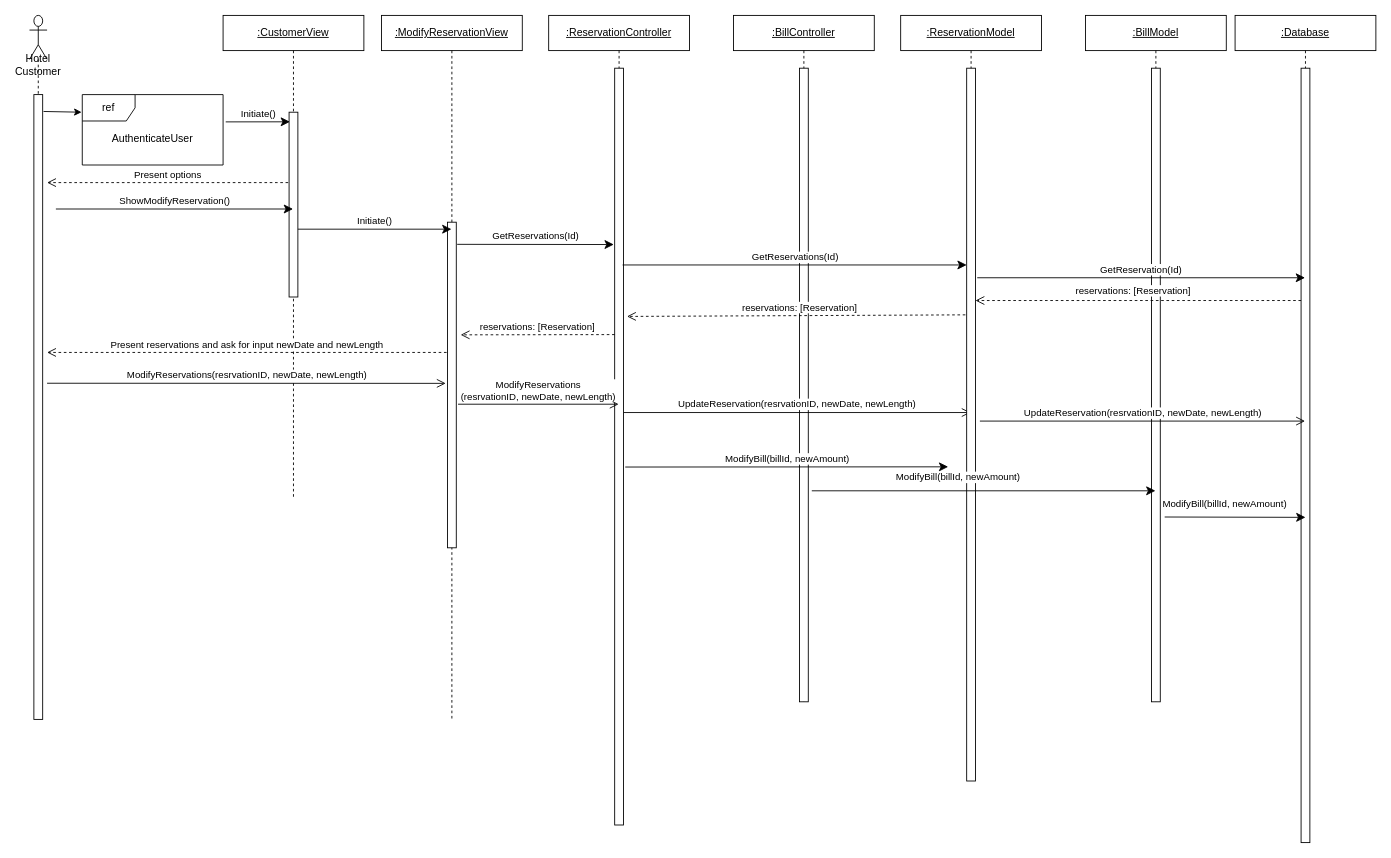
Above: Diagrams/Sequence/CustomerModifyReservation.drawio in mclhtay/CS4471 (draw.io), before the change. Source tidied: cells renumbered, new cells numbered last; positions are measured from the earlier drawing's top-left corner, leaving out a move shared by most shapes. Both pictures are drawn from the tidied source at 88%, with x=0, y=0 at pixel (29, 15).
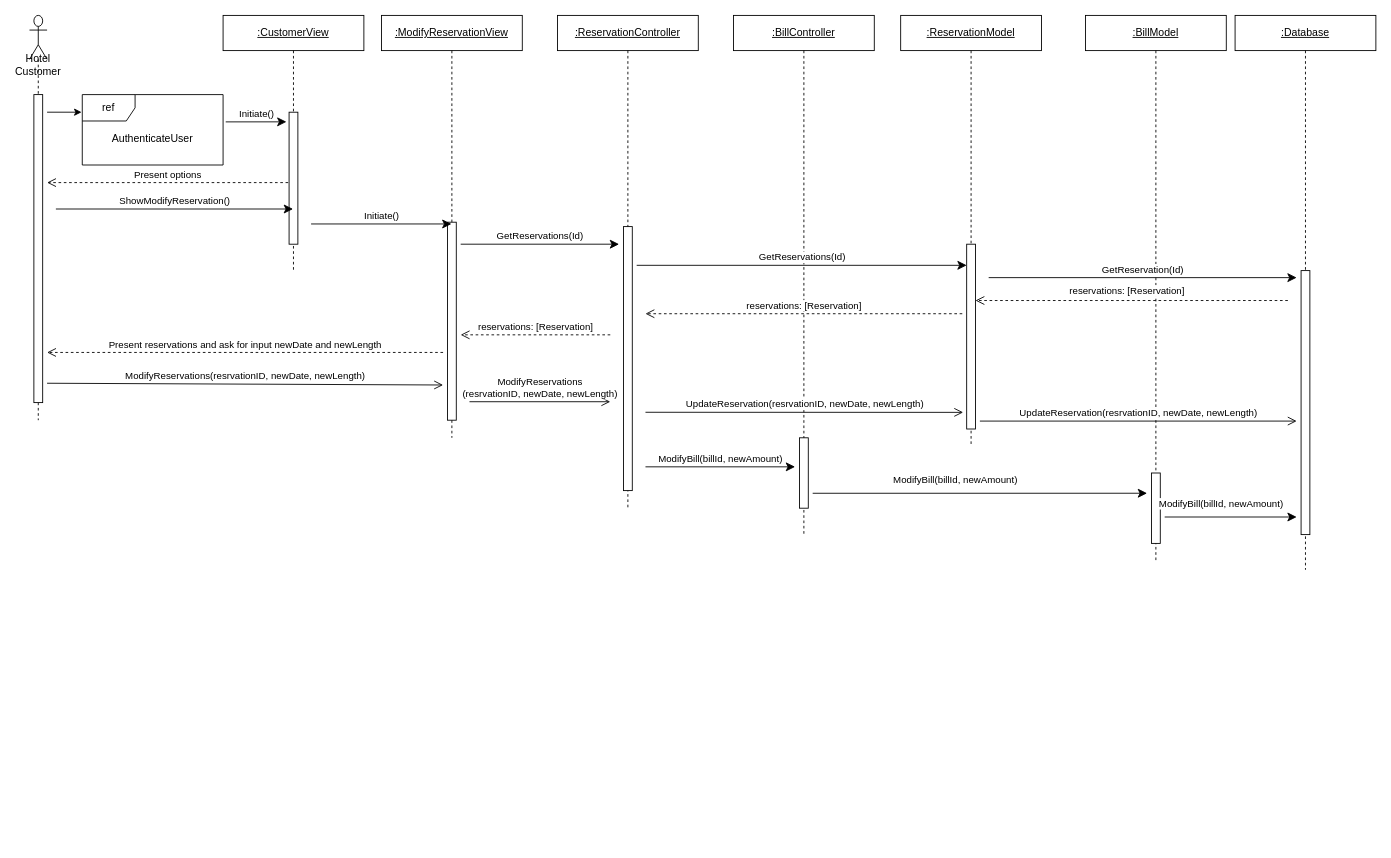
The same page after the edit.

The change refers to these unchanged cells:
```xml
<mxCell id="30" value="ref" style="shape=umlFrame;whiteSpace=wrap;html=1;" parent="1" vertex="1">
  <mxGeometry x="60" y="90" width="160" height="80" as="geometry" />
</mxCell>
```

The edit, as a diff of the source:
```diff
@@
     <mxCell id="2" value="Hotel Customer" style="shape=umlLifeline;participant=umlActor;perimeter=lifelinePerimeter;whiteSpace=wrap;html=1;verticalAlign=top;spacingTop=36;size=50;" parent="1" vertex="1">
-      <mxGeometry width="20" height="800" as="geometry" />
+      <mxGeometry width="20" height="460" as="geometry" />
     </mxCell>
     <mxCell id="3" style="html=1;points=[];perimeter=orthogonalPerimeter;" parent="2" vertex="1">
-      <mxGeometry x="5" y="90" width="10" height="710" as="geometry" />
+      <mxGeometry x="5" y="90" width="10" height="350" as="geometry" />
     </mxCell>
     <mxCell id="4" value="&lt;u&gt;:ModifyReservationView&lt;/u&gt;" style="shape=umlLifeline;perimeter=lifelinePerimeter;whiteSpace=wrap;html=1;outlineConnect=0;" parent="1" vertex="1">
-      <mxGeometry x="400" width="160" height="800" as="geometry" />
+      <mxGeometry x="400" width="160" height="480" as="geometry" />
     </mxCell>
     <mxCell id="5" style="html=1;points=[];perimeter=orthogonalPerimeter;" parent="4" vertex="1">
-      <mxGeometry x="75" y="235" width="10" height="370" as="geometry" />
+      <mxGeometry x="75" y="235" width="10" height="225" as="geometry" />
     </mxCell>
     <mxCell id="6" value="&lt;u&gt;:BillController&lt;/u&gt;" style="shape=umlLifeline;perimeter=lifelinePerimeter;whiteSpace=wrap;html=1;" parent="1" vertex="1">
-      <mxGeometry x="800" width="160" height="780" as="geometry" />
+      <mxGeometry x="800" width="160" height="590" as="geometry" />
     </mxCell>
     <mxCell id="7" style="html=1;points=[];perimeter=orthogonalPerimeter;" parent="6" vertex="1">
-      <mxGeometry x="75" y="60" width="10" height="720" as="geometry" />
+      <mxGeometry x="75" y="480" width="10" height="80" as="geometry" />
     </mxCell>
     <mxCell id="8" value="&lt;u&gt;:Database&lt;/u&gt;" style="shape=umlLifeline;perimeter=lifelinePerimeter;whiteSpace=wrap;html=1;outlineConnect=0;" parent="1" vertex="1">
-      <mxGeometry x="1370" width="160" height="940" as="geometry" />
+      <mxGeometry x="1370" width="160" height="630" as="geometry" />
     </mxCell>
     <mxCell id="9" style="html=1;points=[];perimeter=orthogonalPerimeter;" parent="8" vertex="1">
-      <mxGeometry x="75" y="60" width="10" height="880" as="geometry" />
+      <mxGeometry x="75" y="290" width="10" height="300" as="geometry" />
     </mxCell>
-    <mxCell id="10" value="Initiate()" style="html=1;verticalAlign=bottom;endArrow=classic;endSize=8;endFill=1;entryX=0.1;entryY=0.052;entryDx=0;entryDy=0;entryPerimeter=0;" parent="1" edge="1" target="12">
+    <mxCell id="10" value="Initiate()" style="html=1;verticalAlign=bottom;endArrow=classic;endSize=8;endFill=1;entryX=-0.3;entryY=0.073;entryDx=0;entryDy=0;entryPerimeter=0;" parent="1" edge="1" target="12">
       <mxGeometry relative="1" as="geometry">
         <mxPoint x="223" y="121" as="sourcePoint" />
       </mxGeometry>
     </mxCell>
     <mxCell id="11" value="&lt;u&gt;:CustomerView&lt;/u&gt;" style="shape=umlLifeline;perimeter=lifelinePerimeter;whiteSpace=wrap;html=1;outlineConnect=0;" parent="1" vertex="1">
-      <mxGeometry x="220" width="160" height="550" as="geometry" />
+      <mxGeometry x="220" width="160" height="290" as="geometry" />
     </mxCell>
     <mxCell id="12" style="html=1;points=[];perimeter=orthogonalPerimeter;" parent="11" vertex="1">
-      <mxGeometry x="75" y="110" width="10" height="210" as="geometry" />
+      <mxGeometry x="75" y="110" width="10" height="150" as="geometry" />
     </mxCell>
@@
-    <mxCell id="15" value="Initiate()" style="html=1;verticalAlign=bottom;endArrow=classic;endSize=8;endFill=1;exitX=1;exitY=0.633;exitDx=0;exitDy=0;exitPerimeter=0;" parent="1" edge="1" source="12" target="4">
-      <mxGeometry relative="1" as="geometry" />
+    <mxCell id="15" value="Initiate()" style="html=1;verticalAlign=bottom;endArrow=classic;endSize=8;endFill=1;" parent="1" edge="1" target="4">
+      <mxGeometry relative="1" as="geometry">
+        <mxPoint x="320" y="237" as="sourcePoint" />
+      </mxGeometry>
     </mxCell>
-    <mxCell id="16" value="reservations: [Reservation]" style="html=1;verticalAlign=bottom;endArrow=open;dashed=1;endSize=8;exitX=0.45;exitY=0.346;exitDx=0;exitDy=0;exitPerimeter=0;entryX=1.4;entryY=0.328;entryDx=0;entryDy=0;entryPerimeter=0;" parent="1" edge="1" source="27" target="25">
-      <mxGeometry relative="1" as="geometry" />
+    <mxCell id="16" value="reservations: [Reservation]" style="html=1;verticalAlign=bottom;endArrow=open;dashed=1;endSize=8;" parent="1" edge="1">
+      <mxGeometry relative="1" as="geometry">
+        <mxPoint x="1060" y="339" as="sourcePoint" />
+        <mxPoint x="700" y="339" as="targetPoint" />
+      </mxGeometry>
     </mxCell>
-    <mxCell id="17" value="Present reservations and ask for input newDate and newLength" style="html=1;verticalAlign=bottom;endArrow=open;dashed=1;endSize=8;exitX=-0.1;exitY=0.4;exitDx=0;exitDy=0;exitPerimeter=0;" parent="1" edge="1" source="5">
+    <mxCell id="17" value="Present reservations and ask for input newDate and newLength" style="html=1;verticalAlign=bottom;endArrow=open;dashed=1;endSize=8;" parent="1" edge="1">
       <mxGeometry relative="1" as="geometry">
+        <mxPoint x="470" y="383" as="sourcePoint" />
         <mxPoint x="20" y="383" as="targetPoint" />
       </mxGeometry>
     </mxCell>
-    <mxCell id="18" value="ModifyReservations(resrvationID, newDate, newLength)" style="html=1;verticalAlign=bottom;endArrow=open;endSize=8;endFill=0;entryX=-0.2;entryY=0.495;entryDx=0;entryDy=0;entryPerimeter=0;" parent="1" edge="1" target="5">
+    <mxCell id="18" value="ModifyReservations(resrvationID, newDate, newLength)" style="html=1;verticalAlign=bottom;endArrow=open;endSize=8;endFill=0;" parent="1" edge="1">
       <mxGeometry relative="1" as="geometry">
         <mxPoint x="20" y="418" as="sourcePoint" />
+        <mxPoint x="470" y="420" as="targetPoint" />
       </mxGeometry>
     </mxCell>
-    <mxCell id="19" value="UpdateReservation(resrvationID, newDate, newLength)" style="html=1;verticalAlign=bottom;endArrow=open;endSize=8;endFill=0;exitX=1;exitY=0.455;exitDx=0;exitDy=0;exitPerimeter=0;" parent="1" edge="1" source="25" target="26">
-      <mxGeometry relative="1" as="geometry" />
+    <mxCell id="19" value="UpdateReservation(resrvationID, newDate, newLength)" style="html=1;verticalAlign=bottom;endArrow=open;endSize=8;endFill=0;entryX=-0.4;entryY=0.91;entryDx=0;entryDy=0;entryPerimeter=0;" parent="1" edge="1" target="27">
+      <mxGeometry relative="1" as="geometry">
+        <mxPoint x="700" y="451" as="sourcePoint" />
+      </mxGeometry>
     </mxCell>
-    <mxCell id="20" value="ModifyBill(billId, newAmount)" style="html=1;verticalAlign=bottom;endArrow=classic;endSize=8;endFill=1;exitX=1.2;exitY=0.527;exitDx=0;exitDy=0;exitPerimeter=0;" parent="1" edge="1" source="25">
+    <mxCell id="20" value="ModifyBill(billId, newAmount)" style="html=1;verticalAlign=bottom;endArrow=classic;endSize=8;endFill=1;" parent="1" edge="1">
       <mxGeometry relative="1" as="geometry">
-        <mxPoint x="1044" y="513" as="targetPoint" />
+        <mxPoint x="700" y="513" as="sourcePoint" />
+        <mxPoint x="870" y="513" as="targetPoint" />
       </mxGeometry>
     </mxCell>
     <mxCell id="21" value="&lt;u&gt;:BillModel&lt;/u&gt;" style="shape=umlLifeline;perimeter=lifelinePerimeter;whiteSpace=wrap;html=1;outlineConnect=0;" parent="1" vertex="1">
-      <mxGeometry x="1200" width="160" height="780" as="geometry" />
+      <mxGeometry x="1200" width="160" height="620" as="geometry" />
     </mxCell>
     <mxCell id="22" style="html=1;perimeter=orthogonalPerimeter;" parent="21" vertex="1">
-      <mxGeometry x="75" y="60" width="10" height="720" as="geometry" />
+      <mxGeometry x="75" y="520" width="10" height="80" as="geometry" />
     </mxCell>
-    <mxCell id="23" value="reservations: [Reservation]" style="html=1;verticalAlign=bottom;endArrow=open;dashed=1;endSize=8;exitX=0;exitY=0.3;exitDx=0;exitDy=0;exitPerimeter=0;" parent="1" edge="1" source="9" target="27">
-      <mxGeometry x="0.03" y="-2" relative="1" as="geometry" />
+    <mxCell id="23" value="reservations: [Reservation]" style="html=1;verticalAlign=bottom;endArrow=open;dashed=1;endSize=8;" parent="1" edge="1" target="27">
+      <mxGeometry x="0.03" y="-2" relative="1" as="geometry">
+        <mxPoint x="1430" y="324" as="sourcePoint" />
+      </mxGeometry>
     </mxCell>
     <mxCell id="24" value="&lt;u&gt;:ReservationController&lt;/u&gt;" style="shape=umlLifeline;perimeter=lifelinePerimeter;whiteSpace=wrap;html=1;outlineConnect=0;" parent="1" vertex="1">
-      <mxGeometry x="590" width="160" height="920" as="geometry" />
+      <mxGeometry x="600" width="160" height="560" as="geometry" />
     </mxCell>
     <mxCell id="25" style="html=1;points=[];perimeter=orthogonalPerimeter;" parent="24" vertex="1">
-      <mxGeometry x="75" y="60" width="10" height="860" as="geometry" />
+      <mxGeometry x="75" y="240" width="10" height="300" as="geometry" />
     </mxCell>
     <mxCell id="26" value="&lt;u&gt;:ReservationModel&lt;/u&gt;" style="shape=umlLifeline;perimeter=lifelinePerimeter;whiteSpace=wrap;html=1;outlineConnect=0;" parent="1" vertex="1">
-      <mxGeometry x="990" width="160" height="870" as="geometry" />
+      <mxGeometry x="990" width="160" height="490" as="geometry" />
     </mxCell>
     <mxCell id="27" style="html=1;points=[];perimeter=orthogonalPerimeter;" parent="26" vertex="1">
-      <mxGeometry x="75" y="60" width="10" height="810" as="geometry" />
+      <mxGeometry x="75" y="260" width="10" height="210" as="geometry" />
     </mxCell>
-    <mxCell id="28" value="GetReservations(Id)" style="html=1;verticalAlign=bottom;endArrow=classic;endSize=8;endFill=1;exitX=0.9;exitY=0.26;exitDx=0;exitDy=0;exitPerimeter=0;" parent="1" edge="1" source="25" target="27">
-      <mxGeometry relative="1" as="geometry" />
+    <mxCell id="28" value="GetReservations(Id)" style="html=1;verticalAlign=bottom;endArrow=classic;endSize=8;endFill=1;" parent="1" edge="1" target="27">
+      <mxGeometry relative="1" as="geometry">
+        <mxPoint x="690" y="284" as="sourcePoint" />
+      </mxGeometry>
     </mxCell>
-    <mxCell id="29" value="ModifyBill(billId, newAmount)" style="html=1;verticalAlign=bottom;endArrow=classic;endSize=8;endFill=1;exitX=1.4;exitY=0.667;exitDx=0;exitDy=0;exitPerimeter=0;" parent="1" edge="1" source="7" target="21">
-      <mxGeometry x="-0.15" y="6" relative="1" as="geometry" />
+    <mxCell id="29" value="ModifyBill(billId, newAmount)" style="html=1;verticalAlign=bottom;endArrow=classic;endSize=8;endFill=1;exitX=1.5;exitY=0.788;exitDx=0;exitDy=0;exitPerimeter=0;" parent="1" edge="1" source="7">
+      <mxGeometry x="-0.15" y="6" relative="1" as="geometry">
+        <mxPoint x="1270" y="543" as="targetPoint" />
+      </mxGeometry>
     </mxCell>
@@
-    <mxCell id="32" style="endArrow=classic;html=1;exitX=1.1;exitY=0.027;exitDx=0;exitDy=0;exitPerimeter=0;entryX=-0.005;entryY=0.25;entryDx=0;entryDy=0;entryPerimeter=0;" parent="1" edge="1" source="3" target="30">
-      <mxGeometry relative="1" as="geometry" />
+    <mxCell id="32" style="endArrow=classic;html=1;entryX=-0.005;entryY=0.25;entryDx=0;entryDy=0;entryPerimeter=0;" parent="1" edge="1" target="30">
+      <mxGeometry relative="1" as="geometry">
+        <mxPoint x="20" y="110" as="sourcePoint" />
+      </mxGeometry>
     </mxCell>
-    <mxCell id="33" value="GetReservations(Id)" style="html=1;verticalAlign=bottom;endArrow=classic;endSize=8;endFill=1;exitX=1.1;exitY=0.068;exitDx=0;exitDy=0;exitPerimeter=0;entryX=-0.1;entryY=0.233;entryDx=0;entryDy=0;entryPerimeter=0;" parent="1" edge="1" source="5" target="25">
-      <mxGeometry relative="1" as="geometry" />
+    <mxCell id="33" value="GetReservations(Id)" style="html=1;verticalAlign=bottom;endArrow=classic;endSize=8;endFill=1;" parent="1" edge="1">
+      <mxGeometry relative="1" as="geometry">
+        <mxPoint x="490" y="260" as="sourcePoint" />
+        <mxPoint x="670" y="260" as="targetPoint" />
+      </mxGeometry>
     </mxCell>
-    <mxCell id="34" value="GetReservation(Id)" style="html=1;verticalAlign=bottom;endArrow=classic;endSize=8;endFill=1;exitX=1.2;exitY=0.294;exitDx=0;exitDy=0;exitPerimeter=0;" parent="1" edge="1" source="27" target="8">
-      <mxGeometry relative="1" as="geometry" />
+    <mxCell id="34" value="GetReservation(Id)" style="html=1;verticalAlign=bottom;endArrow=classic;endSize=8;endFill=1;" parent="1" edge="1">
+      <mxGeometry relative="1" as="geometry">
+        <mxPoint x="1090" y="298" as="sourcePoint" />
+        <mxPoint x="1440" y="298" as="targetPoint" />
+      </mxGeometry>
     </mxCell>
-    <mxCell id="35" value="reservations: [Reservation]" style="html=1;verticalAlign=bottom;endArrow=open;dashed=1;endSize=8;exitX=0;exitY=0.352;exitDx=0;exitDy=0;exitPerimeter=0;" parent="1" edge="1" source="25">
+    <mxCell id="35" value="reservations: [Reservation]" style="html=1;verticalAlign=bottom;endArrow=open;dashed=1;endSize=8;" parent="1" edge="1">
       <mxGeometry relative="1" as="geometry">
+        <mxPoint x="660" y="363" as="sourcePoint" />
         <mxPoint x="490" y="363" as="targetPoint" />
       </mxGeometry>
     </mxCell>
-    <mxCell id="36" value="ModifyReservations&lt;br&gt;(resrvationID, newDate, newLength)" style="html=1;verticalAlign=bottom;endArrow=open;endSize=8;endFill=0;exitX=1.2;exitY=0.559;exitDx=0;exitDy=0;exitPerimeter=0;" parent="1" edge="1" source="5" target="24">
-      <mxGeometry relative="1" as="geometry" />
+    <mxCell id="36" value="ModifyReservations&lt;br&gt;(resrvationID, newDate, newLength)" style="html=1;verticalAlign=bottom;endArrow=open;endSize=8;endFill=0;" parent="1" edge="1">
+      <mxGeometry relative="1" as="geometry">
+        <mxPoint x="500" y="439" as="sourcePoint" />
+        <mxPoint x="660" y="439" as="targetPoint" />
+      </mxGeometry>
     </mxCell>
-    <mxCell id="37" value="UpdateReservation(resrvationID, newDate, newLength)" style="html=1;verticalAlign=bottom;endArrow=open;endSize=8;endFill=0;" parent="1" edge="1" target="8">
+    <mxCell id="37" value="UpdateReservation(resrvationID, newDate, newLength)" style="html=1;verticalAlign=bottom;endArrow=open;endSize=8;endFill=0;" parent="1" edge="1">
       <mxGeometry relative="1" as="geometry">
         <mxPoint x="1080" y="461" as="sourcePoint" />
+        <mxPoint x="1440" y="461" as="targetPoint" />
       </mxGeometry>
     </mxCell>
-    <mxCell id="38" value="ModifyBill(billId, newAmount)" style="html=1;verticalAlign=bottom;endArrow=classic;endSize=8;endFill=1;entryX=0.5;entryY=0.58;entryDx=0;entryDy=0;entryPerimeter=0;" parent="1" edge="1" target="9">
+    <mxCell id="38" value="ModifyBill(billId, newAmount)" style="html=1;verticalAlign=bottom;endArrow=classic;endSize=8;endFill=1;" parent="1" edge="1">
       <mxGeometry x="-0.15" y="6" relative="1" as="geometry">
         <mxPoint x="1290" y="570" as="sourcePoint" />
+        <mxPoint x="1440" y="570" as="targetPoint" />
       </mxGeometry>
     </mxCell>
```
